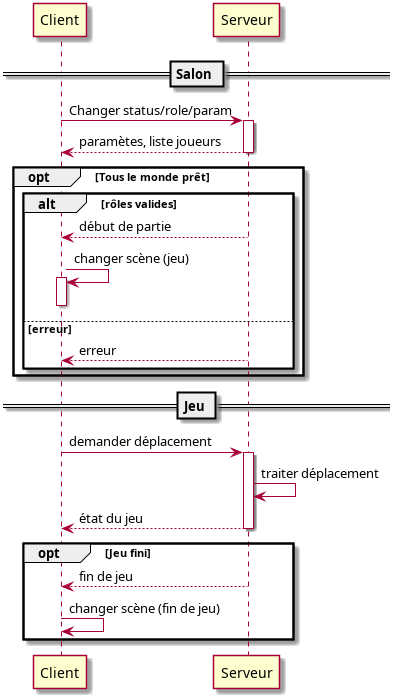
Earlier version of the PlantUML export Rapport/UML/PacMan_UML_Reseau_salon_jeu.png (thomasctn/Projet_PacMan_En_Reseau). Its source is kept beside it as Rapport/UML/PacMan_UML_Reseau_salon_jeu.puml.
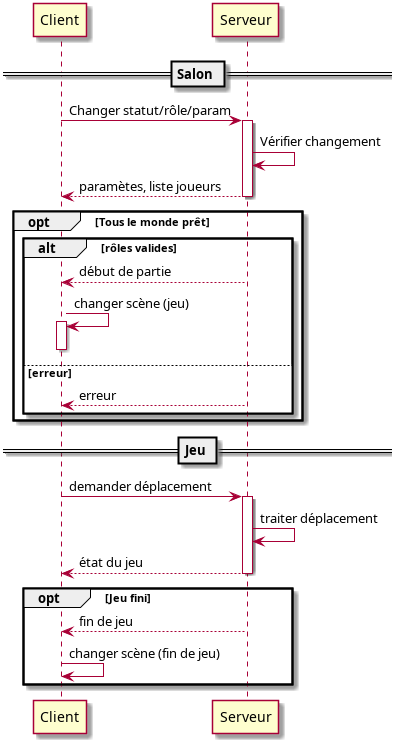
Later version of the same file.

Diff of the diagram source:
```diff
@@ -4,8 +4,9 @@
 participant Serveur
 
 == Salon ==
-Client -> Serveur : Changer status/role/param
+Client -> Serveur : Changer statut/rôle/param
 activate Serveur
+Serveur -> Serveur : Vérifier changement
 Serveur --> Client : paramètes, liste joueurs
 deactivate Serveur
 opt Tous le monde prêt
```
